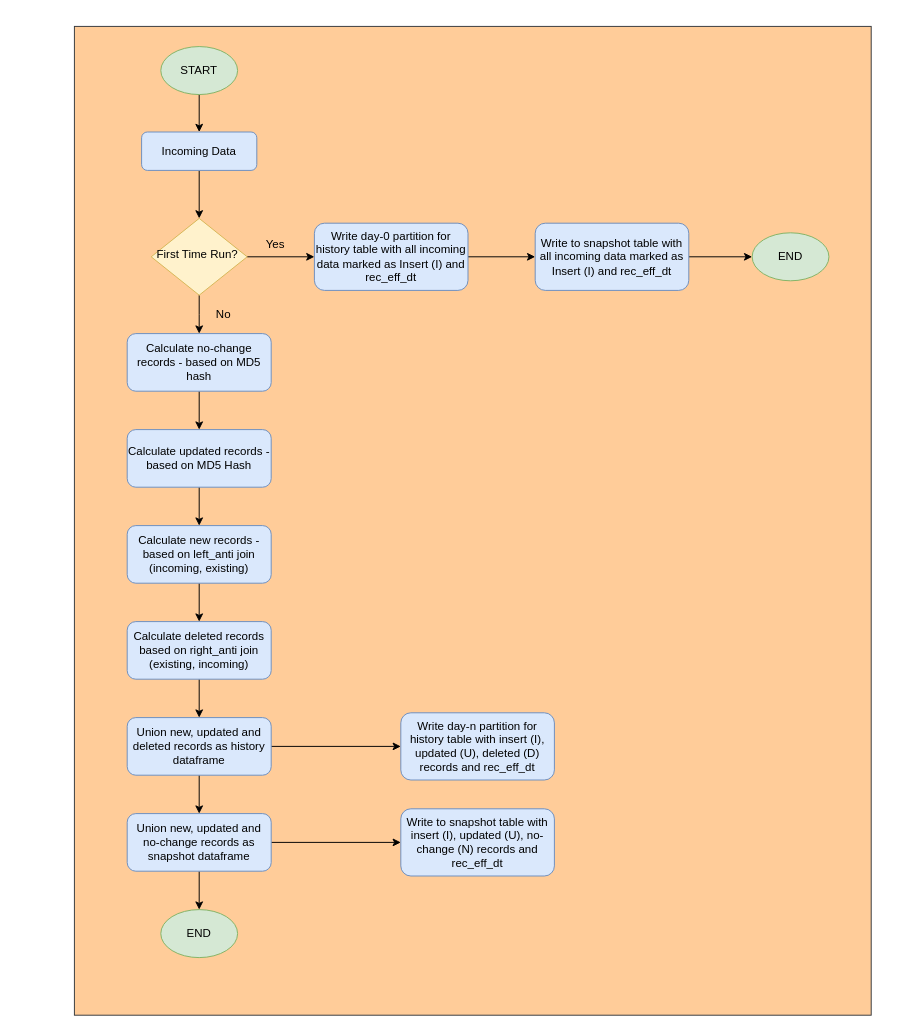
The draw.io diagram data/CDC.drawio in akashmehta10/cdc_pyspark_hive, before the edit. Source tidied: cells renumbered, new cells numbered last; positions are measured from the earlier drawing's top-left corner, leaving out a move shared by most shapes. Both pictures are drawn from the tidied source at 96%, with x=0, y=0 at pixel (74, 26).
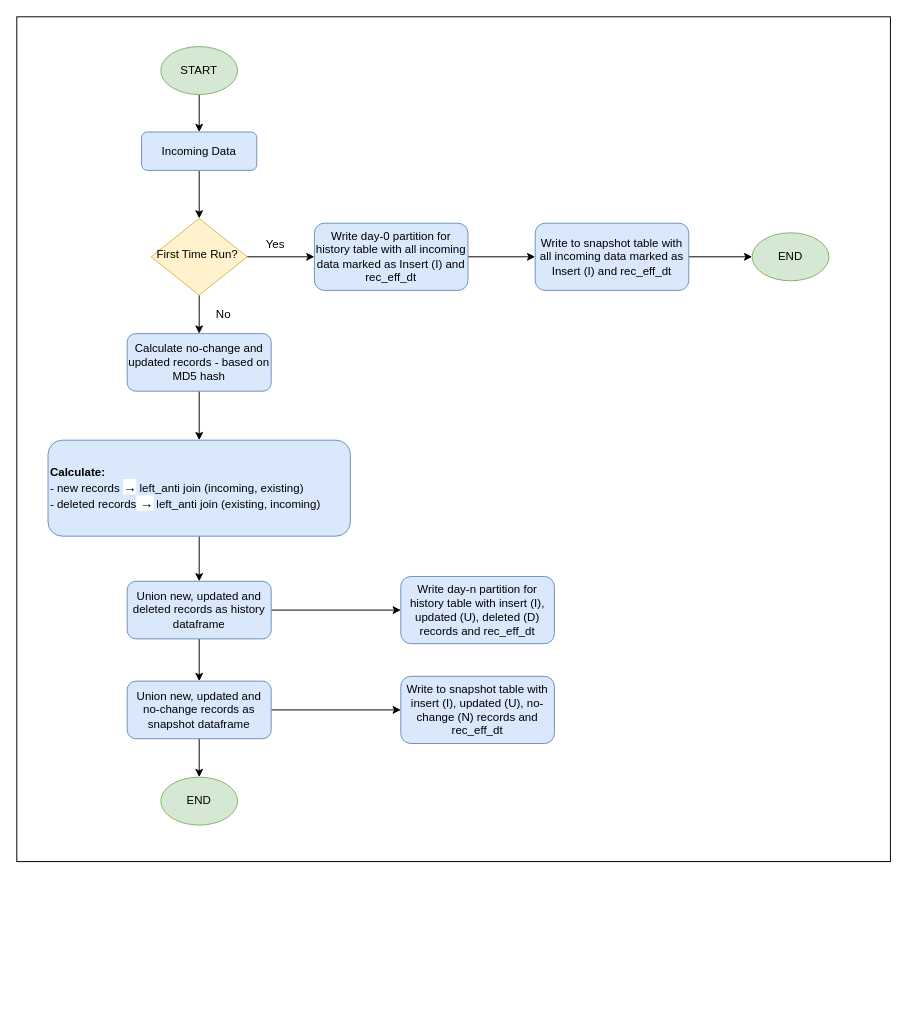
After the change.

Diff of the diagram source:
```diff
@@
-    <mxCell id="2" style="rounded=0;whiteSpace=wrap;html=1;fillColor=#ffcc99;strokeColor=#36393d;" parent="1" vertex="1">
-      <mxGeometry width="830" height="1030" as="geometry" />
-    </mxCell>
+    <mxCell id="34" style="rounded=0;whiteSpace=wrap;html=1;align=left;" parent="1" vertex="1">
+      <mxGeometry x="-60" y="-10" width="910" height="880" as="geometry" />
+    </mxCell>
@@
-    <mxCell id="10" style="edgeStyle=orthogonalEdgeStyle;rounded=0;jettySize=auto;html=1;exitX=0.5;exitY=1;exitDx=0;exitDy=0;entryX=0.5;entryY=0;entryDx=0;entryDy=0;" parent="1" edge="1" source="11" target="20">
-      <mxGeometry relative="1" as="geometry" />
-    </mxCell>
+    <mxCell id="35" style="edgeStyle=orthogonalEdgeStyle;rounded=0;jettySize=auto;html=1;exitX=0.5;exitY=1;exitDx=0;exitDy=0;entryX=0.5;entryY=0;entryDx=0;entryDy=0;" parent="1" edge="1" source="11" target="24">
+      <mxGeometry relative="1" as="geometry" />
+    </mxCell>
-    <mxCell id="11" value="Calculate no-change records - based on MD5 hash" style="rounded=1;whiteSpace=wrap;html=1;fontSize=12;glass=0;strokeWidth=1;shadow=0;fillColor=#dae8fc;strokeColor=#6c8ebf;" parent="1" vertex="1">
+    <mxCell id="11" value="Calculate no-change and updated records - based on MD5 hash" style="rounded=1;whiteSpace=wrap;html=1;fontSize=12;glass=0;strokeWidth=1;shadow=0;fillColor=#dae8fc;strokeColor=#6c8ebf;" parent="1" vertex="1">
       <mxGeometry x="55" y="320" width="150" height="60" as="geometry" />
     </mxCell>
@@
-    <mxCell id="19" style="edgeStyle=orthogonalEdgeStyle;rounded=0;jettySize=auto;html=1;exitX=0.5;exitY=1;exitDx=0;exitDy=0;entryX=0.5;entryY=0;entryDx=0;entryDy=0;" parent="1" edge="1" source="20" target="22">
-      <mxGeometry relative="1" as="geometry" />
-    </mxCell>
-    <mxCell id="20" value="Calculate updated records - based on MD5 Hash" style="rounded=1;whiteSpace=wrap;html=1;fontSize=12;glass=0;strokeWidth=1;shadow=0;fillColor=#dae8fc;strokeColor=#6c8ebf;" parent="1" vertex="1">
-      <mxGeometry x="55" y="420" width="150" height="60" as="geometry" />
-    </mxCell>
-    <mxCell id="21" style="edgeStyle=orthogonalEdgeStyle;rounded=0;jettySize=auto;html=1;exitX=0.5;exitY=1;exitDx=0;exitDy=0;entryX=0.5;entryY=0;entryDx=0;entryDy=0;" parent="1" edge="1" source="22" target="24">
-      <mxGeometry relative="1" as="geometry" />
-    </mxCell>
-    <mxCell id="22" value="Calculate new records - based on left_anti join (incoming, existing)" style="rounded=1;whiteSpace=wrap;html=1;fontSize=12;glass=0;strokeWidth=1;shadow=0;fillColor=#dae8fc;strokeColor=#6c8ebf;" parent="1" vertex="1">
-      <mxGeometry x="55" y="520" width="150" height="60" as="geometry" />
-    </mxCell>
@@
-    <mxCell id="24" value="Calculate deleted records based on right_anti join (existing, incoming)" style="rounded=1;whiteSpace=wrap;html=1;fontSize=12;glass=0;strokeWidth=1;shadow=0;fillColor=#dae8fc;strokeColor=#6c8ebf;" parent="1" vertex="1">
-      <mxGeometry x="55" y="620" width="150" height="60" as="geometry" />
+    <mxCell id="24" value="&lt;b&gt;Calculate:&lt;/b&gt;&lt;br&gt;&lt;div&gt;&lt;span&gt;- new records&amp;nbsp;&lt;/span&gt;&lt;span style=&quot;font-family: &amp;#34;roboto&amp;#34; , &amp;#34;arial&amp;#34; , sans-serif ; font-size: 14px ; background-color: rgb(255 , 255 , 255)&quot;&gt;→&lt;/span&gt;&lt;span&gt;&amp;nbsp;left_anti join (incoming, existing)&lt;/span&gt;&lt;/div&gt;- deleted records&lt;span style=&quot;font-family: &amp;#34;roboto&amp;#34; , &amp;#34;arial&amp;#34; , sans-serif ; font-size: 14px ; background-color: rgb(255 , 255 , 255)&quot;&gt;&amp;nbsp;→&lt;/span&gt;&amp;nbsp;left_anti join (existing, incoming)" style="rounded=1;whiteSpace=wrap;html=1;fontSize=12;glass=0;strokeWidth=1;shadow=0;fillColor=#dae8fc;strokeColor=#6c8ebf;align=left;" parent="1" vertex="1">
+      <mxGeometry x="-27.5" y="431" width="315" height="100" as="geometry" />
     </mxCell>
@@
     <mxCell id="27" value="Union new, updated and deleted records as history dataframe" style="rounded=1;whiteSpace=wrap;html=1;fontSize=12;glass=0;strokeWidth=1;shadow=0;fillColor=#dae8fc;strokeColor=#6c8ebf;" parent="1" vertex="1">
-      <mxGeometry x="55" y="720" width="150" height="60" as="geometry" />
+      <mxGeometry x="55" y="578" width="150" height="60" as="geometry" />
     </mxCell>
@@
     <mxCell id="30" value="Union new, updated and no-change records as snapshot dataframe" style="rounded=1;whiteSpace=wrap;html=1;fontSize=12;glass=0;strokeWidth=1;shadow=0;fillColor=#dae8fc;strokeColor=#6c8ebf;" parent="1" vertex="1">
-      <mxGeometry x="55" y="820" width="150" height="60" as="geometry" />
+      <mxGeometry x="55" y="682" width="150" height="60" as="geometry" />
     </mxCell>
     <mxCell id="31" value="Write day-n partition for history table with insert (I), updated (U), deleted (D) records and rec_eff_dt" style="rounded=1;whiteSpace=wrap;html=1;fontSize=12;glass=0;strokeWidth=1;shadow=0;fillColor=#dae8fc;strokeColor=#6c8ebf;" parent="1" vertex="1">
-      <mxGeometry x="340" y="715" width="160" height="70" as="geometry" />
+      <mxGeometry x="340" y="573" width="160" height="70" as="geometry" />
     </mxCell>
     <mxCell id="32" value="Write to snapshot table with insert (I), updated (U), no-change (N) records and rec_eff_dt" style="rounded=1;whiteSpace=wrap;html=1;fontSize=12;glass=0;strokeWidth=1;shadow=0;fillColor=#dae8fc;strokeColor=#6c8ebf;" parent="1" vertex="1">
-      <mxGeometry x="340" y="815" width="160" height="70" as="geometry" />
+      <mxGeometry x="340" y="677" width="160" height="70" as="geometry" />
     </mxCell>
     <mxCell id="33" value="END" style="ellipse;whiteSpace=wrap;html=1;fillColor=#d5e8d4;strokeColor=#82b366;" parent="1" vertex="1">
-      <mxGeometry x="90" y="920" width="80" height="50" as="geometry" />
+      <mxGeometry x="90" y="782" width="80" height="50" as="geometry" />
     </mxCell>
```
